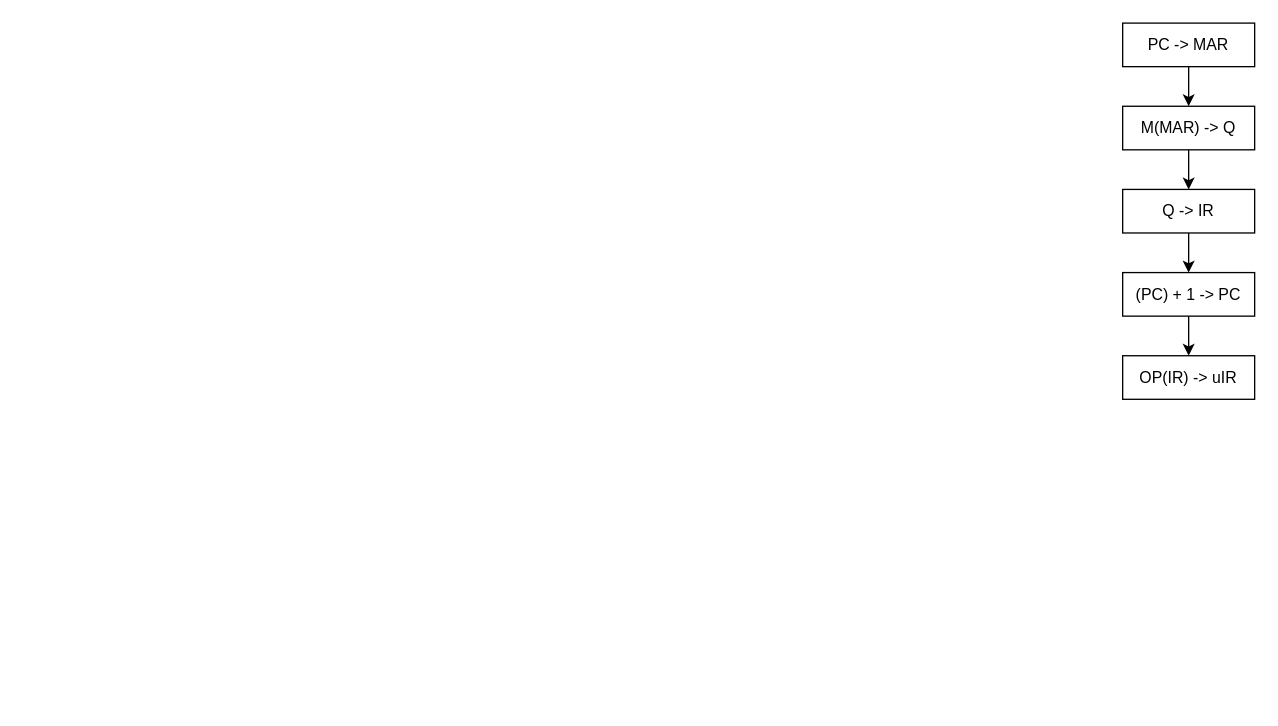
The draw.io diagram ER-Charts/用例图-管理员.drawio in ShiaoYoung/Database-course_design, before the edit. Source tidied: cells renumbered, new cells numbered last; positions are measured from the earlier drawing's top-left corner, leaving out a move shared by most shapes. Both pictures are drawn from the tidied source at 132%, with x=0, y=0 at pixel (1122, 22).
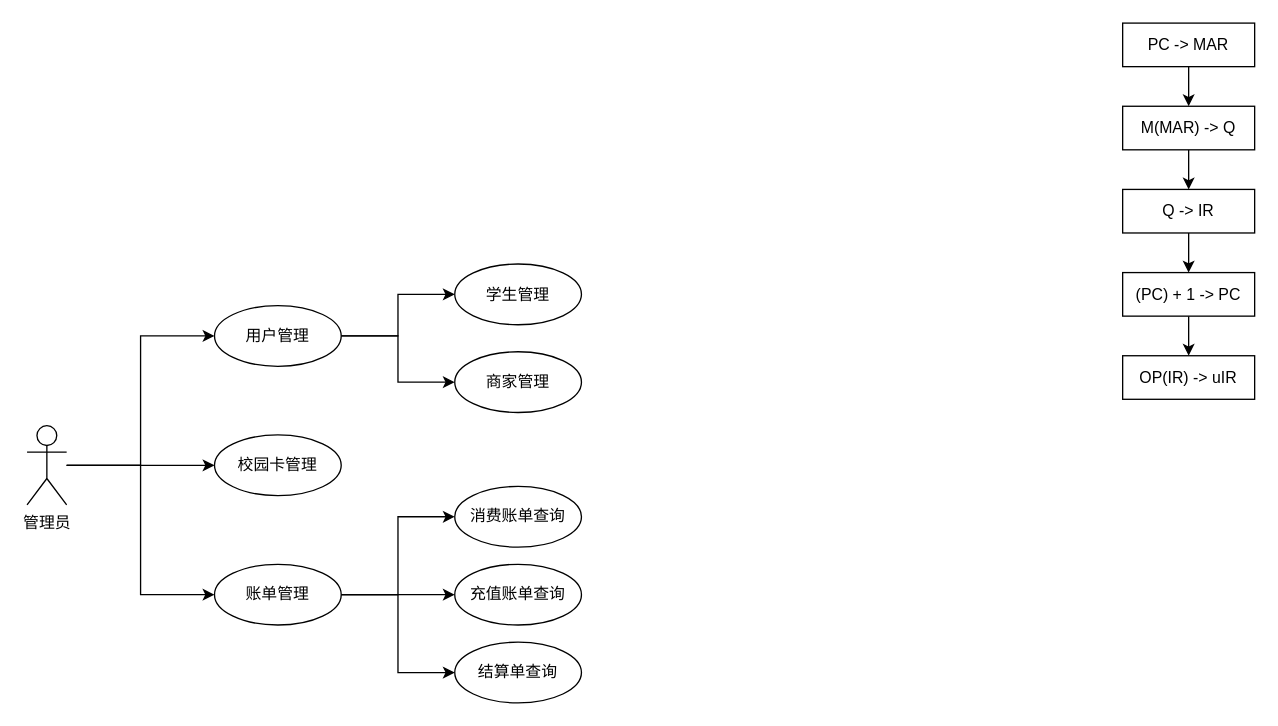
The same diagram, later.

Commit message (it also covers changes not shown here):
更新用例图-管理员.drawio

What changed in the source:
```diff
@@
+    <mxCell id="11" style="edgeStyle=orthogonalEdgeStyle;rounded=0;jettySize=auto;html=1;entryX=0;entryY=0.5;entryDx=0;entryDy=0;" parent="1" edge="1" source="14" target="17">
+      <mxGeometry relative="1" as="geometry" />
+    </mxCell>
+    <mxCell id="12" style="edgeStyle=orthogonalEdgeStyle;rounded=0;jettySize=auto;html=1;entryX=0;entryY=0.5;entryDx=0;entryDy=0;" parent="1" edge="1" source="14" target="20">
+      <mxGeometry relative="1" as="geometry" />
+    </mxCell>
+    <mxCell id="13" style="edgeStyle=orthogonalEdgeStyle;rounded=0;jettySize=auto;html=1;entryX=0;entryY=0.5;entryDx=0;entryDy=0;" parent="1" edge="1" source="14" target="24">
+      <mxGeometry relative="1" as="geometry" />
+    </mxCell>
+    <mxCell id="14" value="管理员" style="shape=umlActor;verticalLabelPosition=bottom;verticalAlign=top;html=1;outlineConnect=0;" parent="1" vertex="1">
+      <mxGeometry x="-830" y="305" width="30" height="60" as="geometry" />
+    </mxCell>
+    <mxCell id="15" style="edgeStyle=orthogonalEdgeStyle;rounded=0;jettySize=auto;html=1;entryX=0;entryY=0.5;entryDx=0;entryDy=0;" parent="1" edge="1" source="17" target="18">
+      <mxGeometry relative="1" as="geometry" />
+    </mxCell>
+    <mxCell id="16" style="edgeStyle=orthogonalEdgeStyle;rounded=0;jettySize=auto;html=1;entryX=0;entryY=0.5;entryDx=0;entryDy=0;" parent="1" edge="1" source="17" target="19">
+      <mxGeometry relative="1" as="geometry" />
+    </mxCell>
+    <mxCell id="17" value="用户管理" style="ellipse;whiteSpace=wrap;html=1;" parent="1" vertex="1">
+      <mxGeometry x="-688" y="214" width="96" height="46" as="geometry" />
+    </mxCell>
+    <mxCell id="18" value="学生管理" style="ellipse;whiteSpace=wrap;html=1;" parent="1" vertex="1">
+      <mxGeometry x="-506" y="182.5" width="96" height="46" as="geometry" />
+    </mxCell>
+    <mxCell id="19" value="商家管理" style="ellipse;whiteSpace=wrap;html=1;" parent="1" vertex="1">
+      <mxGeometry x="-506" y="249" width="96" height="46" as="geometry" />
+    </mxCell>
+    <mxCell id="20" value="校园卡管理" style="ellipse;whiteSpace=wrap;html=1;" parent="1" vertex="1">
+      <mxGeometry x="-688" y="312" width="96" height="46" as="geometry" />
+    </mxCell>
+    <mxCell id="21" style="edgeStyle=orthogonalEdgeStyle;rounded=0;jettySize=auto;html=1;entryX=0;entryY=0.5;entryDx=0;entryDy=0;" parent="1" edge="1" source="24" target="25">
+      <mxGeometry relative="1" as="geometry" />
+    </mxCell>
+    <mxCell id="22" style="edgeStyle=orthogonalEdgeStyle;rounded=0;jettySize=auto;html=1;entryX=0;entryY=0.5;entryDx=0;entryDy=0;" parent="1" edge="1" source="24" target="26">
+      <mxGeometry relative="1" as="geometry" />
+    </mxCell>
+    <mxCell id="23" style="edgeStyle=orthogonalEdgeStyle;rounded=0;jettySize=auto;html=1;entryX=0;entryY=0.5;entryDx=0;entryDy=0;" parent="1" edge="1" source="24" target="27">
+      <mxGeometry relative="1" as="geometry" />
+    </mxCell>
+    <mxCell id="24" value="账单管理" style="ellipse;whiteSpace=wrap;html=1;" parent="1" vertex="1">
+      <mxGeometry x="-688" y="410" width="96" height="46" as="geometry" />
+    </mxCell>
+    <mxCell id="25" value="消费账单查询" style="ellipse;whiteSpace=wrap;html=1;" parent="1" vertex="1">
+      <mxGeometry x="-506" y="351" width="96" height="46" as="geometry" />
+    </mxCell>
+    <mxCell id="26" value="充值账单查询" style="ellipse;whiteSpace=wrap;html=1;" parent="1" vertex="1">
+      <mxGeometry x="-506" y="410" width="96" height="46" as="geometry" />
+    </mxCell>
+    <mxCell id="27" value="结算单查询" style="ellipse;whiteSpace=wrap;html=1;" parent="1" vertex="1">
+      <mxGeometry x="-506" y="469" width="96" height="46" as="geometry" />
+    </mxCell>
```
